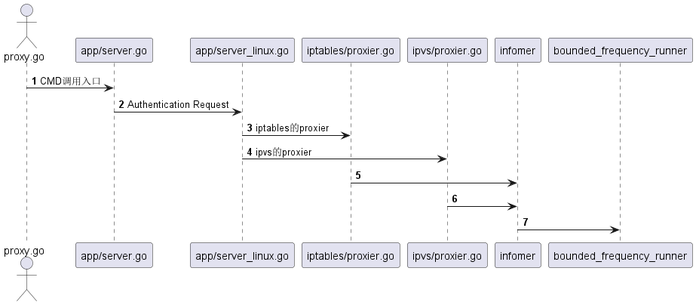
Earlier version of the PlantUML export static/images/kube-proxy.png (zehonghuang/zehonghuang.github.io).
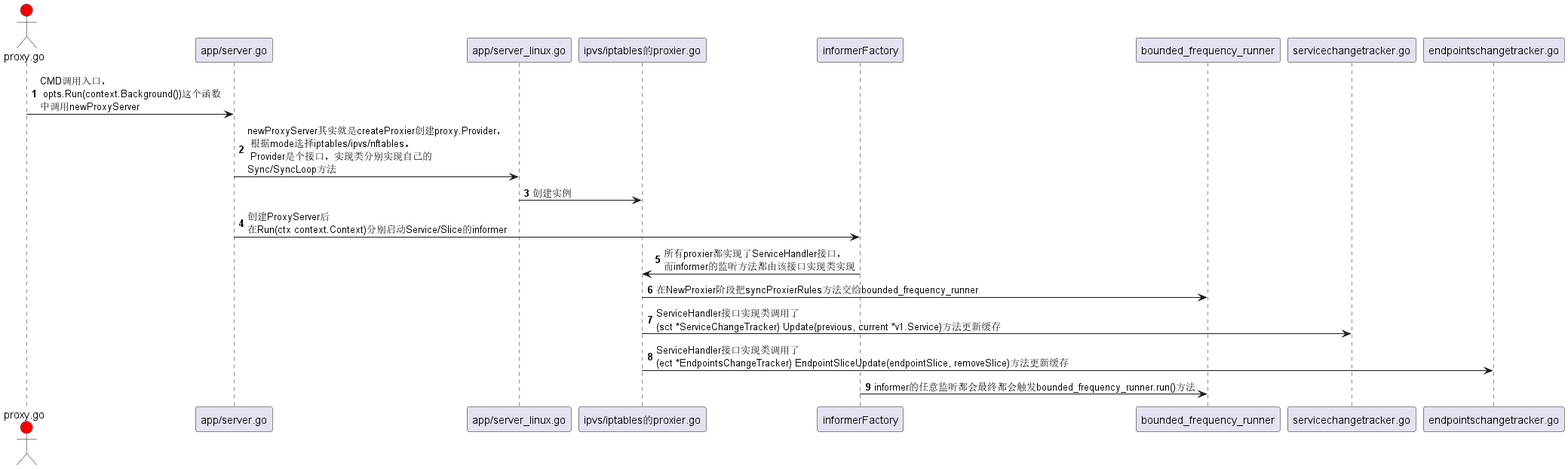
After the change.

Diff of the diagram source:
```diff
@@ -2,17 +2,20 @@
 
 autonumber
 
-actor "proxy.go" as main
+actor "proxy.go" as main #red
 
-main -> "app/server.go": CMD调用入口
+main -> "app/server.go": CMD调用入口，\n opts.Run(context.Background())这个函数\n中调用newProxyServer
 
-"app/server.go" -> "app/server_linux.go": Authentication Request
-"app/server_linux.go" -> "iptables/proxier.go" : iptables的proxier
-"app/server_linux.go" -> "ipvs/proxier.go" : ipvs的proxier
+"app/server.go" -> "app/server_linux.go": newProxyServer其实就是createProxier创建proxy.Provider，\n 根据mode选择iptables/ipvs/nftables。\n Provider是个接口，实现类分别实现自己的 \nSync/SyncLoop方法
+"app/server_linux.go" -> "ipvs/iptables的proxier.go": 创建实例
+"app/server.go" -> "informerFactory": 创建ProxyServer后\n在Run(ctx context.Context)分别启动Service/Slice的informer
+"informerFactory" -> "ipvs/iptables的proxier.go": 所有proxier都实现了ServiceHandler接口，\n而informer的监听方法都由该接口实现类实现
+"ipvs/iptables的proxier.go" -> "bounded_frequency_runner": 在NewProxier阶段把syncProxierRules方法交给bounded_frequency_runner
 
-"iptables/proxier.go" -> "infomer"
-"ipvs/proxier.go" -> "infomer"
+"ipvs/iptables的proxier.go" -> "servicechangetracker.go": ServiceHandler接口实现类调用了\n(sct *ServiceChangeTracker) Update(previous, current *v1.Service)方法更新缓存
 
-"infomer" -> "bounded_frequency_runner"
+"ipvs/iptables的proxier.go" -> "endpointschangetracker.go": ServiceHandler接口实现类调用了\n(ect *EndpointsChangeTracker) EndpointSliceUpdate(endpointSlice, removeSlice)方法更新缓存
+
+"informerFactory" -> "bounded_frequency_runner": informer的任意监听都会最终都会触发bounded_frequency_runner.run()方法
 
 @enduml
```
